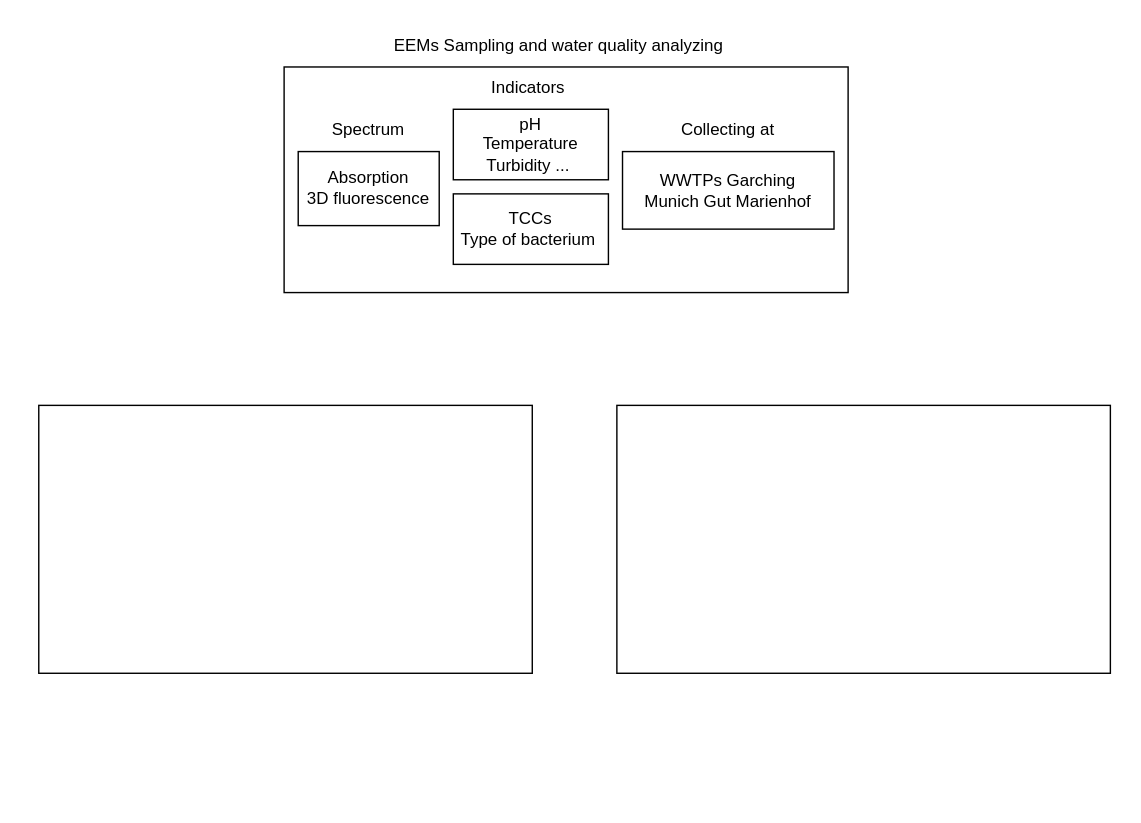
The draw.io diagram research proposal/research outline.drawio in chbambooshoot/digram, before the edit. Source tidied: cells renumbered, new cells numbered last; positions are measured from the earlier drawing's top-left corner, leaving out a move shared by most shapes. Both pictures are drawn from the tidied source at 141%, with x=0, y=0 at pixel (38, 24).
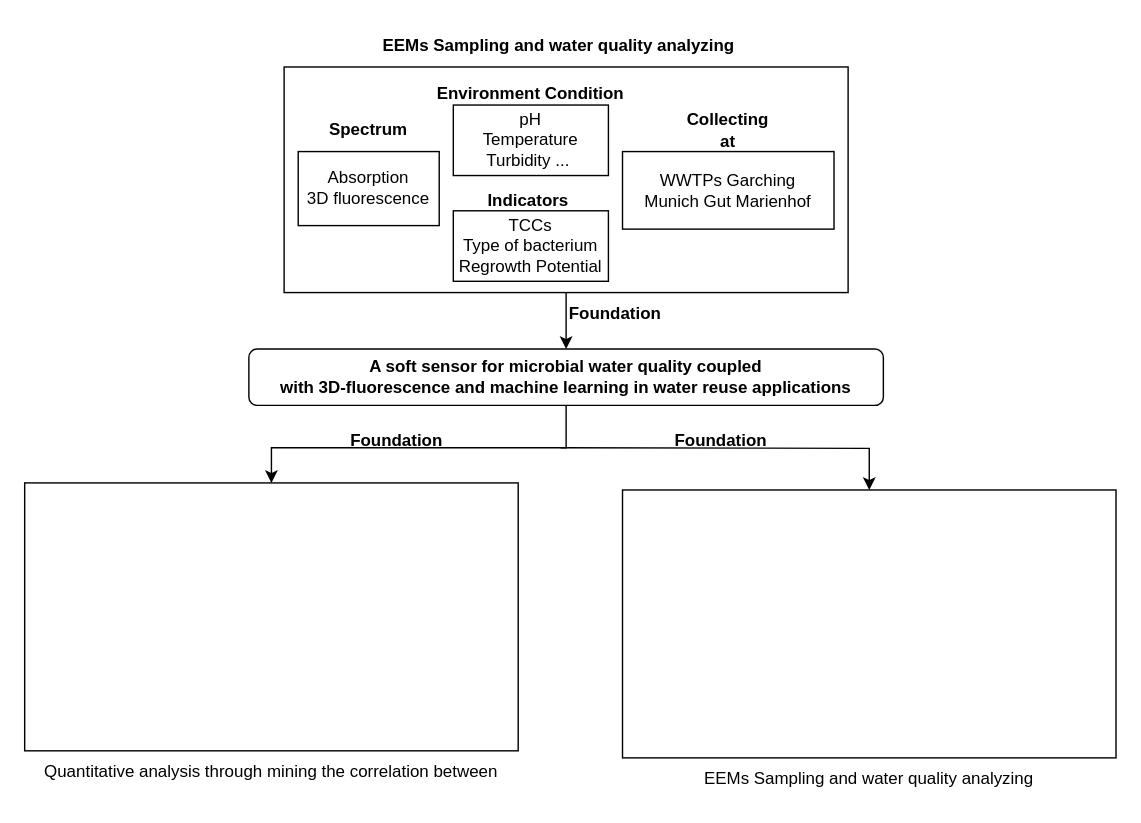
The same diagram, later.

Unchanged cells that the change refers to:
```xml
<mxCell id="2" style="rounded=0;whiteSpace=wrap;html=1;" parent="1" vertex="1">
  <mxGeometry x="174" y="30" width="400" height="160" as="geometry" />
</mxCell>
```

Diff of the diagram source:
```diff
@@
+    <mxCell id="13" style="edgeStyle=orthogonalEdgeStyle;rounded=0;jettySize=auto;html=1;" parent="1" edge="1" source="2" target="17">
+      <mxGeometry relative="1" as="geometry" />
+    </mxCell>
@@
     <mxCell id="4" value="pH&lt;br&gt;Temperature&lt;br&gt;Turbidity ...&amp;nbsp;" style="rounded=0;whiteSpace=wrap;html=1;" parent="1" vertex="1">
-      <mxGeometry x="294" y="60" width="110" height="50" as="geometry" />
+      <mxGeometry x="294" y="57" width="110" height="50" as="geometry" />
     </mxCell>
@@
     <mxCell id="6" style="rounded=0;whiteSpace=wrap;html=1;" parent="1" vertex="1">
-      <mxGeometry y="270" width="350" height="190" as="geometry" />
+      <mxGeometry x="-10" y="325" width="350" height="190" as="geometry" />
     </mxCell>
     <mxCell id="7" style="rounded=0;whiteSpace=wrap;html=1;" parent="1" vertex="1">
-      <mxGeometry x="410" y="270" width="350" height="190" as="geometry" />
+      <mxGeometry x="414" y="330" width="350" height="190" as="geometry" />
     </mxCell>
-    <mxCell id="8" value="Spectrum" style="text;html=1;strokeColor=none;fillColor=none;align=center;verticalAlign=middle;whiteSpace=wrap;rounded=0;" parent="1" vertex="1">
+    <mxCell id="8" value="Spectrum" style="text;html=1;strokeColor=none;fillColor=none;align=center;verticalAlign=middle;whiteSpace=wrap;rounded=0;fontStyle=1;" parent="1" vertex="1">
       <mxGeometry x="204" y="60" width="60" height="30" as="geometry" />
     </mxCell>
-    <mxCell id="9" value="Indicators&amp;nbsp;" style="text;html=1;strokeColor=none;fillColor=none;align=center;verticalAlign=middle;whiteSpace=wrap;rounded=0;" parent="1" vertex="1">
-      <mxGeometry x="319" y="30" width="60" height="30" as="geometry" />
+    <mxCell id="9" value="Indicators&amp;nbsp;" style="text;html=1;strokeColor=none;fillColor=none;align=center;verticalAlign=middle;whiteSpace=wrap;rounded=0;fontStyle=1;" parent="1" vertex="1">
+      <mxGeometry x="319" y="110" width="60" height="30" as="geometry" />
     </mxCell>
-    <mxCell id="10" value="EEMs&amp;nbsp;Sampling and water quality analyzing" style="text;html=1;strokeColor=none;fillColor=none;align=center;verticalAlign=middle;whiteSpace=wrap;rounded=0;" parent="1" vertex="1">
+    <mxCell id="10" value="EEMs&amp;nbsp;Sampling and water quality analyzing" style="text;html=1;strokeColor=none;fillColor=none;align=center;verticalAlign=middle;whiteSpace=wrap;rounded=0;fontStyle=1;" parent="1" vertex="1">
       <mxGeometry x="204" width="330" height="30" as="geometry" />
     </mxCell>
-    <mxCell id="11" value="TCCs&lt;br&gt;Type of&amp;nbsp;bacterium&amp;nbsp;" style="rounded=0;whiteSpace=wrap;html=1;" parent="1" vertex="1">
-      <mxGeometry x="294" y="120" width="110" height="50" as="geometry" />
+    <mxCell id="11" value="TCCs&lt;br&gt;Type of&amp;nbsp;bacterium&lt;br&gt;Regrowth Potential" style="rounded=0;whiteSpace=wrap;html=1;" parent="1" vertex="1">
+      <mxGeometry x="294" y="132" width="110" height="50" as="geometry" />
     </mxCell>
-    <mxCell id="12" value="Collecting at" style="text;html=1;strokeColor=none;fillColor=none;align=center;verticalAlign=middle;whiteSpace=wrap;rounded=0;" parent="1" vertex="1">
+    <mxCell id="12" value="Collecting at" style="text;html=1;strokeColor=none;fillColor=none;align=center;verticalAlign=middle;whiteSpace=wrap;rounded=0;fontStyle=1;" parent="1" vertex="1">
       <mxGeometry x="454" y="60" width="70" height="30" as="geometry" />
     </mxCell>
+    <mxCell id="14" value="Quantitative analysis through mining the correlation between" style="text;html=1;strokeColor=none;fillColor=none;align=center;verticalAlign=middle;whiteSpace=wrap;rounded=0;" parent="1" vertex="1">
+      <mxGeometry y="515" width="330" height="30" as="geometry" />
+    </mxCell>
+    <mxCell id="15" value="EEMs&amp;nbsp;Sampling and water quality analyzing" style="text;html=1;strokeColor=none;fillColor=none;align=center;verticalAlign=middle;whiteSpace=wrap;rounded=0;" parent="1" vertex="1">
+      <mxGeometry x="424" y="520" width="330" height="30" as="geometry" />
+    </mxCell>
+    <mxCell id="16" style="edgeStyle=orthogonalEdgeStyle;rounded=0;jettySize=auto;html=1;" parent="1" edge="1" source="17" target="6">
+      <mxGeometry relative="1" as="geometry">
+        <Array as="points">
+          <mxPoint x="374" y="300" />
+          <mxPoint x="165" y="300" />
+        </Array>
+      </mxGeometry>
+    </mxCell>
+    <mxCell id="17" value="&lt;b&gt;A soft sensor for microbial water quality coupled&lt;br/&gt;with 3D-fluorescence and machine learning in water reuse applications&lt;/b&gt;" style="rounded=1;whiteSpace=wrap;html=1;" parent="1" vertex="1">
+      <mxGeometry x="149" y="230" width="450" height="40" as="geometry" />
+    </mxCell>
+    <mxCell id="18" style="edgeStyle=orthogonalEdgeStyle;rounded=0;jettySize=auto;html=1;entryX=0.5;entryY=0;entryDx=0;entryDy=0;" parent="1" edge="1" target="7">
+      <mxGeometry relative="1" as="geometry">
+        <mxPoint x="370" y="300" as="sourcePoint" />
+      </mxGeometry>
+    </mxCell>
+    <mxCell id="19" value="Foundation" style="text;html=1;strokeColor=none;fillColor=none;align=center;verticalAlign=middle;whiteSpace=wrap;rounded=0;fontStyle=1;" parent="1" vertex="1">
+      <mxGeometry x="379" y="190" width="60" height="30" as="geometry" />
+    </mxCell>
+    <mxCell id="20" value="Foundation" style="text;html=1;strokeColor=none;fillColor=none;align=center;verticalAlign=middle;whiteSpace=wrap;rounded=0;fontStyle=1;" parent="1" vertex="1">
+      <mxGeometry x="224" y="280" width="60" height="30" as="geometry" />
+    </mxCell>
+    <mxCell id="21" value="Foundation" style="text;html=1;strokeColor=none;fillColor=none;align=center;verticalAlign=middle;whiteSpace=wrap;rounded=0;fontStyle=1;" parent="1" vertex="1">
+      <mxGeometry x="454" y="280" width="60" height="30" as="geometry" />
+    </mxCell>
+    <mxCell id="22" value="Environment Condition" style="text;html=1;strokeColor=none;fillColor=none;align=center;verticalAlign=middle;whiteSpace=wrap;rounded=0;fontStyle=1;" parent="1" vertex="1">
+      <mxGeometry x="281" y="34" width="136" height="30" as="geometry" />
+    </mxCell>
```
